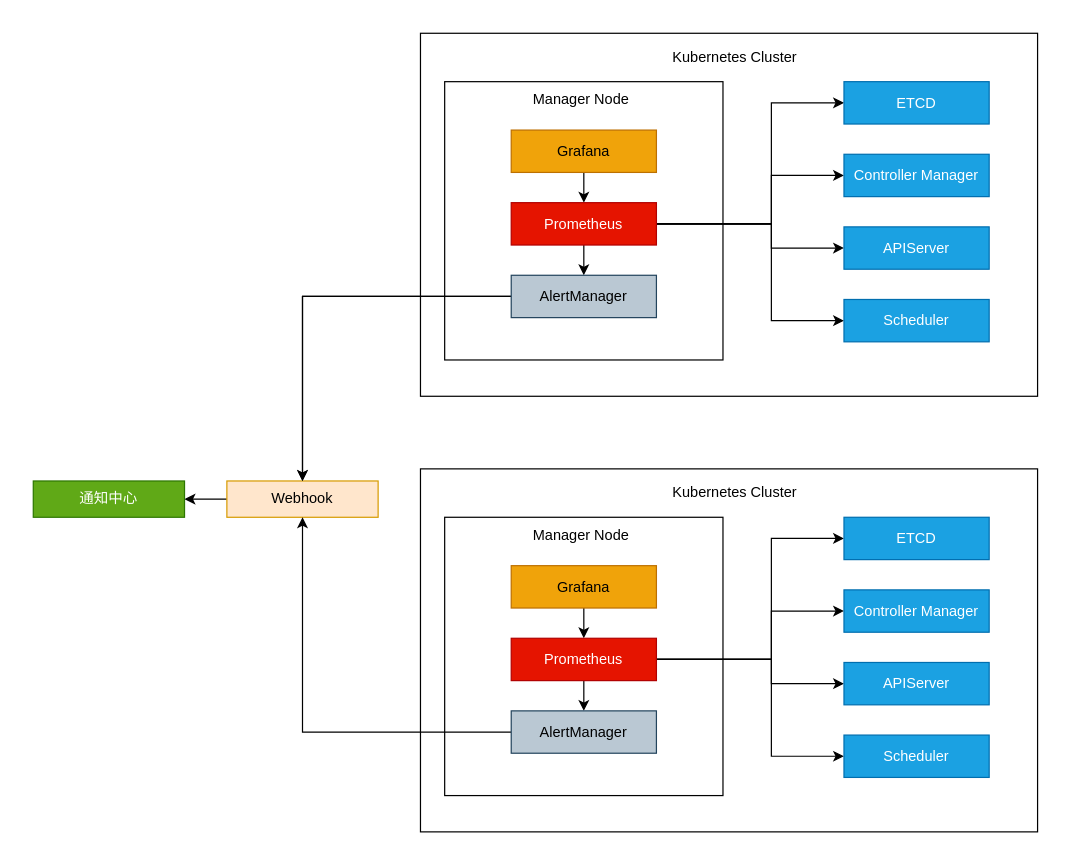
This is Untitled Diagram.drawio from April-Q/helloworld, a draw.io file, before an edit. Source tidied: cells renumbered, new cells numbered last; positions are measured from the earlier drawing's top-left corner, leaving out a move shared by most shapes. Both pictures are drawn from the tidied source at 121%, with x=0, y=0 at pixel (33, 33).
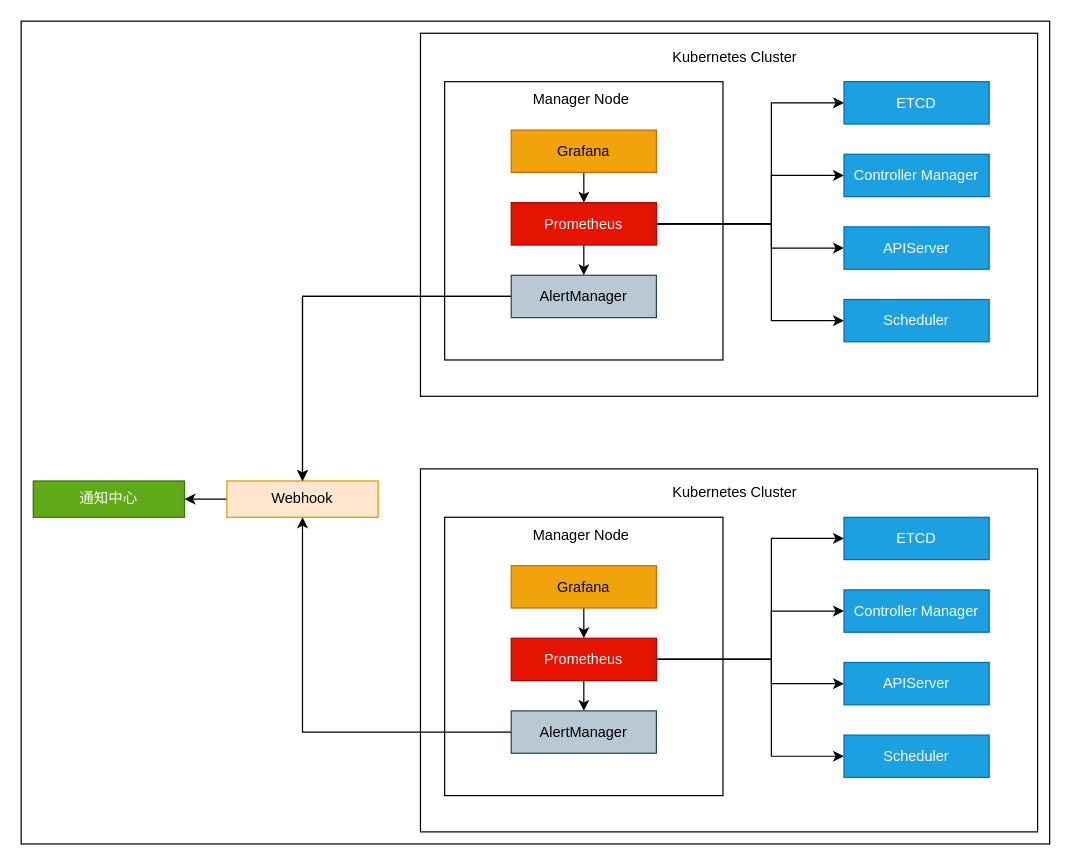
The same page after the edit.

The edit, as a diff of the source:
```diff
@@
+    <mxCell id="42" style="rounded=0;whiteSpace=wrap;html=1;" parent="1" vertex="1">
+      <mxGeometry x="-10" y="-10" width="850" height="680" as="geometry" />
+    </mxCell>
```
